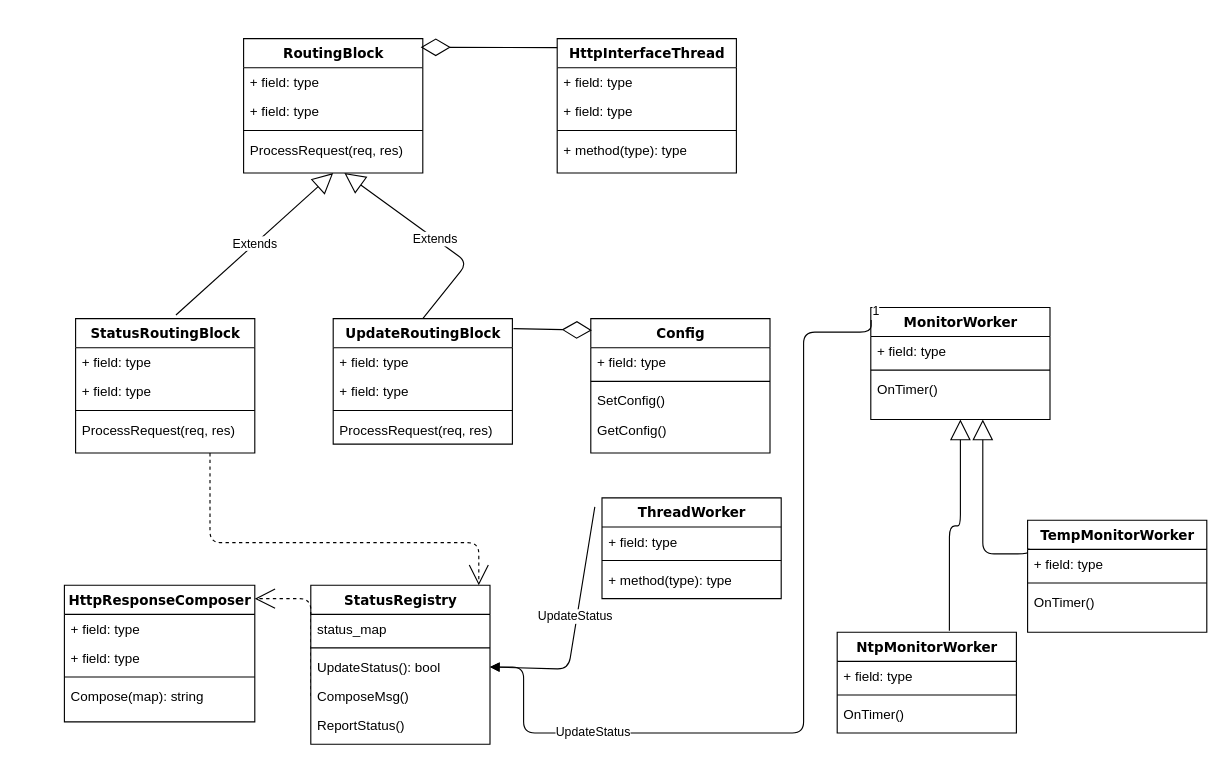
Before: page "classes" (1 of 2) of httpworker.drawio in joeshow79/umlchart, a draw.io diagram. Source tidied: cells renumbered, new cells numbered last; positions are measured from the earlier drawing's top-left corner, leaving out a move shared by most shapes. Both pictures are drawn from the tidied source at 112%, with x=0, y=0 at pixel (64, 38).
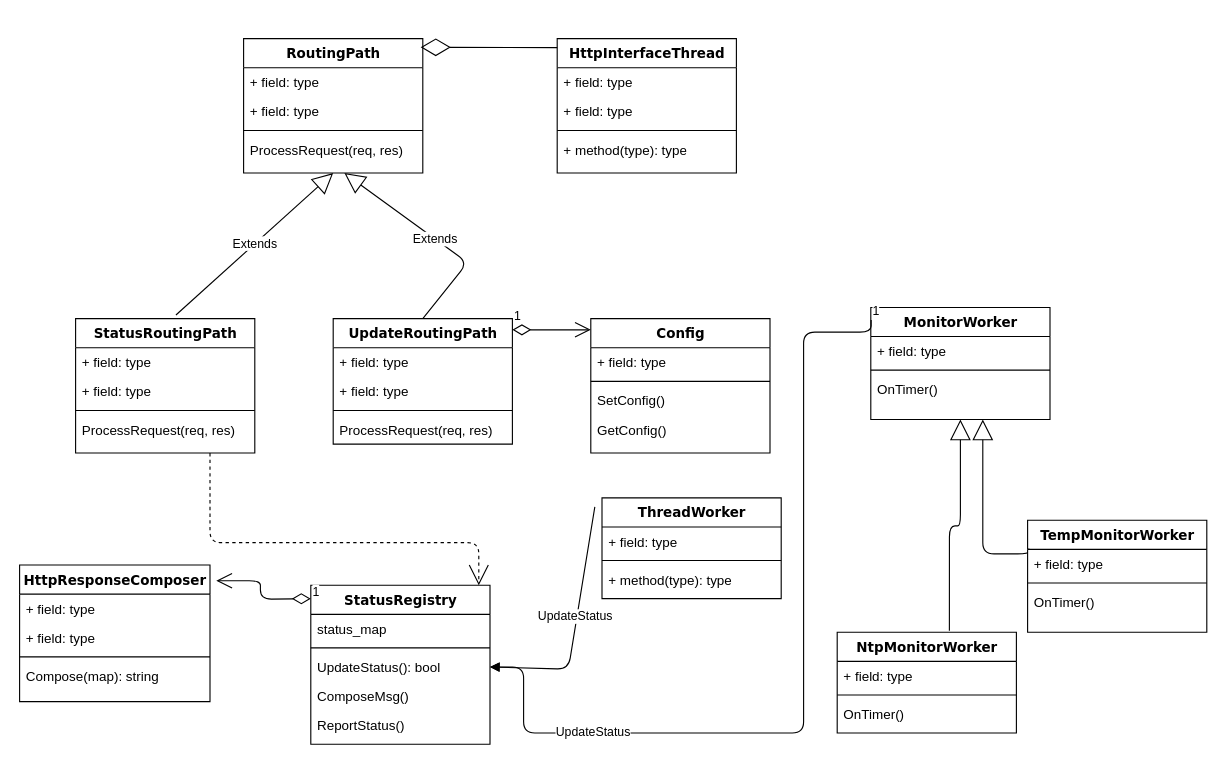
After the change.

Unchanged cells that the change refers to:
```xml
<mxCell id="23" value="StatusRegistry" style="swimlane;html=1;fontStyle=1;align=center;verticalAlign=top;horizontal=1;startSize=26;swimlaneFillColor=#ffffff;rounded=0;shadow=0;comic=0;labelBackgroundColor=none;strokeWidth=1;fillColor=none;fontFamily=Verdana;fontSize=12;" parent="1" vertex="1">
  <mxGeometry x="220" y="488" width="160" height="142" as="geometry" />
</mxCell>
<mxCell id="27" value="ComposeMsg()" style="text;html=1;strokeColor=none;fillColor=none;align=left;verticalAlign=top;spacingLeft=4;spacingRight=4;whiteSpace=wrap;overflow=hidden;points=[[0,0.5],[1,0.5]];portConstraint=eastwest;" parent="23" vertex="1">
  <mxGeometry y="86" width="160" height="26" as="geometry" />
</mxCell>
<mxCell id="48" value="Config" style="swimlane;html=1;fontStyle=1;align=center;verticalAlign=top;horizontal=1;startSize=26;swimlaneFillColor=#ffffff;rounded=0;shadow=0;comic=0;labelBackgroundColor=none;strokeWidth=1;fillColor=none;fontFamily=Verdana;fontSize=12;" parent="1" vertex="1">
  <mxGeometry x="470" y="250" width="160" height="120" as="geometry" />
</mxCell>
```

Change to the diagram source:
```diff
@@
-    <mxCell id="3" value="StatusRoutingBlock" style="swimlane;html=1;fontStyle=1;align=center;verticalAlign=top;horizontal=1;startSize=26;swimlaneFillColor=#ffffff;rounded=0;shadow=0;comic=0;labelBackgroundColor=none;strokeWidth=1;fillColor=none;fontFamily=Verdana;fontSize=12;" parent="1" vertex="1">
+    <mxCell id="3" value="StatusRoutingPath" style="swimlane;html=1;fontStyle=1;align=center;verticalAlign=top;horizontal=1;startSize=26;swimlaneFillColor=#ffffff;rounded=0;shadow=0;comic=0;labelBackgroundColor=none;strokeWidth=1;fillColor=none;fontFamily=Verdana;fontSize=12;" parent="1" vertex="1">
       <mxGeometry x="10" y="250" width="160" height="120" as="geometry" />
     </mxCell>
@@
-    <mxCell id="17" style="edgeStyle=elbowEdgeStyle;html=1;labelBackgroundColor=none;startFill=0;startSize=8;endArrow=open;endFill=0;endSize=16;fontFamily=Verdana;fontSize=12;elbow=vertical;dashed=1;exitX=0;exitY=0.5;exitDx=0;exitDy=0;" parent="1" edge="1" source="27" target="18">
-      <mxGeometry relative="1" as="geometry">
-        <Array as="points">
-          <mxPoint x="250" y="500" />
-        </Array>
-      </mxGeometry>
-    </mxCell>
     <mxCell id="18" value="HttpResponseComposer" style="swimlane;html=1;fontStyle=1;align=center;verticalAlign=top;horizontal=1;startSize=26;swimlaneFillColor=#ffffff;rounded=0;shadow=0;comic=0;labelBackgroundColor=none;strokeWidth=1;fillColor=none;fontFamily=Verdana;fontSize=12;" parent="1" vertex="1">
-      <mxGeometry y="488" width="170" height="122" as="geometry" />
+      <mxGeometry x="-40" y="470" width="170" height="122" as="geometry" />
     </mxCell>
@@
+    <mxCell id="66" value="1" style="endArrow=open;html=1;endSize=12;startArrow=diamondThin;startSize=14;startFill=0;edgeStyle=orthogonalEdgeStyle;align=left;verticalAlign=bottom;entryX=1.033;entryY=0.115;entryDx=0;entryDy=0;entryPerimeter=0;" parent="23" edge="1" target="18">
+      <mxGeometry x="-1" y="3" relative="1" as="geometry">
+        <mxPoint y="12" as="sourcePoint" />
+      </mxGeometry>
+    </mxCell>
@@
-    <mxCell id="39" value="UpdateRoutingBlock" style="swimlane;html=1;fontStyle=1;align=center;verticalAlign=top;horizontal=1;startSize=26;swimlaneFillColor=#ffffff;rounded=0;shadow=0;comic=0;labelBackgroundColor=none;strokeWidth=1;fillColor=none;fontFamily=Verdana;fontSize=12;" parent="1" vertex="1">
+    <mxCell id="39" value="UpdateRoutingPath" style="swimlane;html=1;fontStyle=1;align=center;verticalAlign=top;horizontal=1;startSize=26;swimlaneFillColor=#ffffff;rounded=0;shadow=0;comic=0;labelBackgroundColor=none;strokeWidth=1;fillColor=none;fontFamily=Verdana;fontSize=12;" parent="1" vertex="1">
       <mxGeometry x="240" y="250" width="160" height="112" as="geometry" />
     </mxCell>
@@
+    <mxCell id="67" value="1" style="endArrow=open;html=1;endSize=12;startArrow=diamondThin;startSize=14;startFill=0;edgeStyle=orthogonalEdgeStyle;align=left;verticalAlign=bottom;" parent="48" edge="1">
+      <mxGeometry x="-1" y="3" relative="1" as="geometry">
+        <mxPoint x="-70" y="10" as="sourcePoint" />
+        <mxPoint y="10" as="targetPoint" />
+      </mxGeometry>
+    </mxCell>
@@
-    <mxCell id="58" style="endArrow=diamondThin;endFill=0;endSize=24;html=1;exitX=1.006;exitY=0.08;exitDx=0;exitDy=0;exitPerimeter=0;entryX=0.006;entryY=0.086;entryDx=0;entryDy=0;entryPerimeter=0;" parent="1" edge="1" source="39" target="48">
-      <mxGeometry relative="1" as="geometry" />
-    </mxCell>
-    <mxCell id="59" value="RoutingBlock" style="swimlane;html=1;fontStyle=1;align=center;verticalAlign=top;horizontal=1;startSize=26;swimlaneFillColor=#ffffff;rounded=0;shadow=0;comic=0;labelBackgroundColor=none;strokeWidth=1;fillColor=none;fontFamily=Verdana;fontSize=12;" parent="1" vertex="1">
+    <mxCell id="59" value="RoutingPath" style="swimlane;html=1;fontStyle=1;align=center;verticalAlign=top;horizontal=1;startSize=26;swimlaneFillColor=#ffffff;rounded=0;shadow=0;comic=0;labelBackgroundColor=none;strokeWidth=1;fillColor=none;fontFamily=Verdana;fontSize=12;" parent="1" vertex="1">
       <mxGeometry x="160" width="160" height="120" as="geometry" />
     </mxCell>
```
